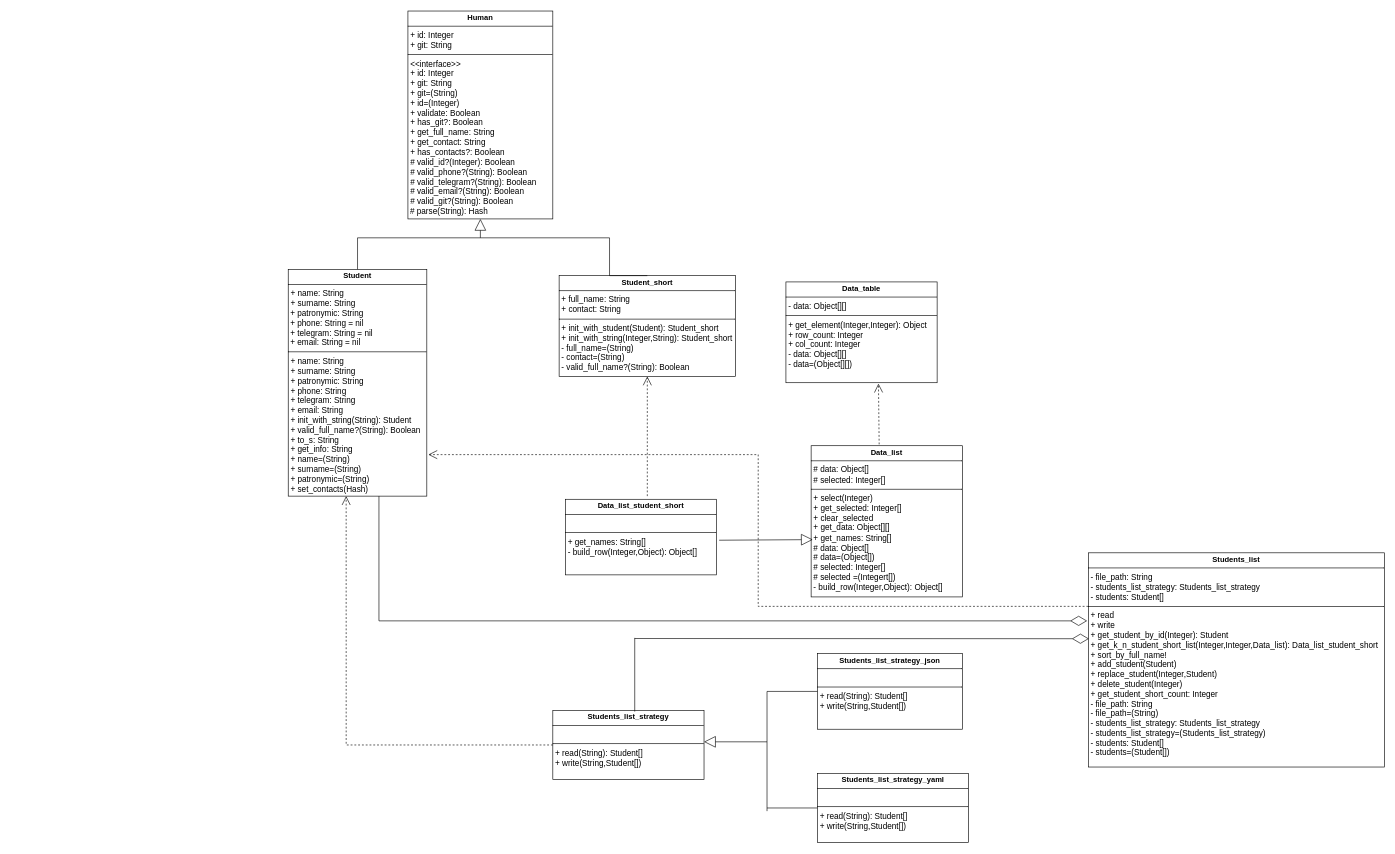
mighty-mlrisen/design-patterns keeps this draw.io diagram as Students/media/diagrams/class_diagram.drawio. Above is the earlier version. Source tidied: cells renumbered, new cells numbered last; positions are measured from the earlier drawing's top-left corner, leaving out a move shared by most shapes. Both pictures are drawn from the tidied source at 63%, with x=0, y=0 at pixel (288, 11).
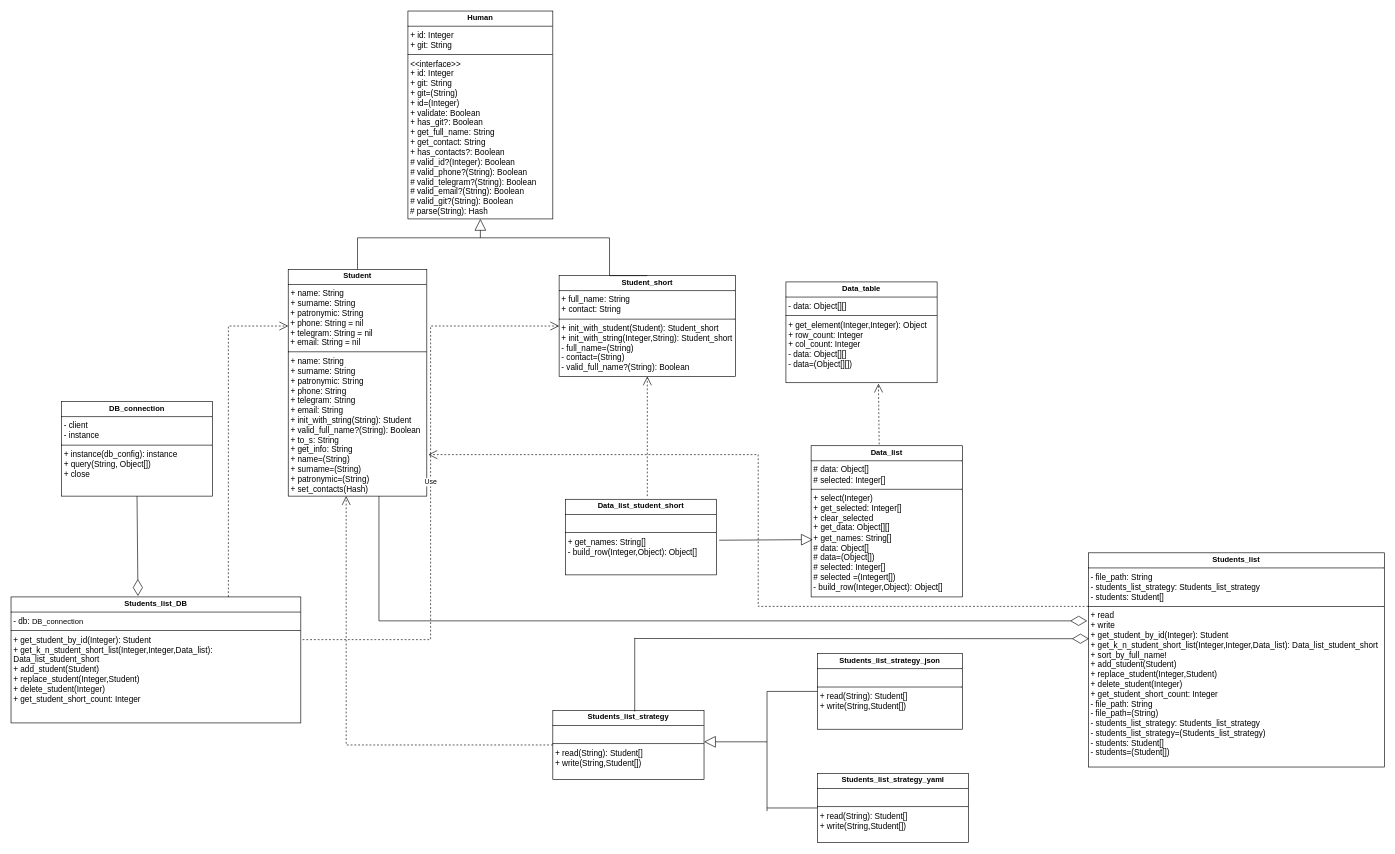
The same diagram, later.

The change refers to these unchanged cells:
```xml
<mxCell id="2" value="&lt;p style=&quot;margin:0px;margin-top:4px;text-align:center;&quot;&gt;&lt;b&gt;Student&lt;/b&gt;&lt;/p&gt;&lt;hr size=&quot;1&quot; style=&quot;border-style:solid;&quot;&gt;&lt;p style=&quot;margin: 0px 0px 0px 4px; font-size: 13px;&quot;&gt;&lt;font style=&quot;font-size: 13px;&quot;&gt;+ name: String&lt;/font&gt;&lt;/p&gt;&lt;p style=&quot;margin: 0px 0px 0px 4px; font-size: 13px;&quot;&gt;&lt;font style=&quot;font-size: 13px;&quot;&gt;+ surname: String&lt;br&gt;&lt;/font&gt;&lt;/p&gt;&lt;div style=&quot;font-size: 13px;&quot;&gt;&lt;font style=&quot;font-size: 13px;&quot;&gt;&amp;nbsp;&lt;span style=&quot;background-color: initial;&quot;&gt;+&amp;nbsp;&lt;/span&gt;&lt;span style=&quot;background-color: initial;&quot;&gt;patronymic&lt;/span&gt;&lt;span style=&quot;background-color: initial;&quot;&gt;: String&lt;/span&gt;&lt;/font&gt;&lt;/div&gt;&lt;div style=&quot;font-size: 13px;&quot;&gt;&lt;font style=&quot;font-size: 13px;&quot;&gt;&lt;span style=&quot;background-color: initial;&quot;&gt;&amp;nbsp;&lt;/span&gt;&lt;span style=&quot;background-color: initial;&quot;&gt;+&amp;nbsp;&lt;/span&gt;&lt;span style=&quot;background-color: initial;&quot;&gt;phone&lt;/span&gt;&lt;span style=&quot;background-color: initial;&quot;&gt;: String = nil&lt;/span&gt;&lt;/font&gt;&lt;/div&gt;&lt;div style=&quot;font-size: 13px;&quot;&gt;&lt;font style=&quot;font-size: 13px;&quot;&gt;&lt;span style=&quot;background-color: initial;&quot;&gt;&amp;nbsp;&lt;/span&gt;&lt;span style=&quot;background-color: initial;&quot;&gt;+&amp;nbsp;&lt;/span&gt;&lt;span style=&quot;background-color: initial;&quot;&gt;telegram&lt;/span&gt;&lt;span style=&quot;background-color: initial;&quot;&gt;: String = nil&lt;/span&gt;&lt;/font&gt;&lt;/div&gt;&lt;div style=&quot;font-size: 13px;&quot;&gt;&lt;font style=&quot;font-size: 13px;&quot;&gt;&lt;span style=&quot;background-color: initial;&quot;&gt;&amp;nbsp;&lt;/span&gt;&lt;span style=&quot;background-color: initial;&quot;&gt;+&amp;nbsp;&lt;/span&gt;&lt;span style=&quot;background-color: initial;&quot;&gt;email&lt;/span&gt;&lt;span style=&quot;background-color: initial;&quot;&gt;: String = nil&lt;/span&gt;&lt;/font&gt;&lt;/div&gt;&lt;hr size=&quot;1&quot; style=&quot;border-style: solid; font-size: 13px;&quot;&gt;&lt;p style=&quot;margin: 0px 0px 0px 4px; font-size: 13px;&quot;&gt;&lt;font style=&quot;font-size: 13px;&quot;&gt;+ name&lt;/font&gt;&lt;span style=&quot;background-color: initial;&quot;&gt;: String&lt;/span&gt;&lt;/p&gt;&lt;p style=&quot;margin: 0px 0px 0px 4px; font-size: 13px;&quot;&gt;&lt;font style=&quot;font-size: 13px;&quot;&gt;+ surname: String&lt;br&gt;&lt;/font&gt;&lt;/p&gt;&lt;p style=&quot;margin: 0px 0px 0px 4px; font-size: 13px;&quot;&gt;&lt;font style=&quot;font-size: 13px;&quot;&gt;+ patronymic: String&lt;br&gt;&lt;/font&gt;&lt;/p&gt;&lt;p style=&quot;margin: 0px 0px 0px 4px; font-size: 13px;&quot;&gt;&lt;font style=&quot;font-size: 13px;&quot;&gt;+ phone: String&lt;br&gt;&lt;/font&gt;&lt;/p&gt;&lt;p style=&quot;margin: 0px 0px 0px 4px; font-size: 13px;&quot;&gt;&lt;font style=&quot;font-size: 13px;&quot;&gt;+ telegram: String&lt;br&gt;&lt;/font&gt;&lt;/p&gt;&lt;p style=&quot;margin: 0px 0px 0px 4px; font-size: 13px;&quot;&gt;&lt;font style=&quot;font-size: 13px;&quot;&gt;+ email: String&lt;br&gt;&lt;/font&gt;&lt;/p&gt;&lt;p style=&quot;margin: 0px 0px 0px 4px; font-size: 13px;&quot;&gt;&lt;font style=&quot;font-size: 13px;&quot;&gt;+ init_with_string(&lt;/font&gt;&lt;span style=&quot;background-color: initial;&quot;&gt;String&lt;/span&gt;&lt;span style=&quot;background-color: initial;&quot;&gt;): Student&lt;/span&gt;&lt;/p&gt;&lt;p style=&quot;margin: 0px 0px 0px 4px; font-size: 13px;&quot;&gt;&lt;font style=&quot;font-size: 13px;&quot;&gt;+ valid_full_name?(&lt;/font&gt;&lt;span style=&quot;background-color: initial;&quot;&gt;String&lt;/span&gt;&lt;span style=&quot;background-color: initial;&quot;&gt;): Boolean&lt;/span&gt;&lt;/p&gt;&lt;p style=&quot;margin: 0px 0px 0px 4px; font-size: 13px;&quot;&gt;&lt;font style=&quot;font-size: 13px;&quot;&gt;+ to_s: String&lt;br&gt;&lt;/font&gt;&lt;/p&gt;&lt;p style=&quot;margin: 0px 0px 0px 4px; font-size: 13px;&quot;&gt;&lt;font style=&quot;font-size: 13px;&quot;&gt;+ get_info: String&lt;/font&gt;&lt;/p&gt;&lt;p style=&quot;margin: 0px 0px 0px 4px; font-size: 13px;&quot;&gt;&lt;font style=&quot;font-size: 13px;&quot;&gt;+&amp;nbsp;name&lt;span style=&quot;background-color: initial;&quot;&gt;=(&lt;/span&gt;&lt;/font&gt;&lt;span style=&quot;background-color: initial;&quot;&gt;String&lt;/span&gt;&lt;span style=&quot;background-color: initial;&quot;&gt;)&lt;/span&gt;&lt;/p&gt;&lt;p style=&quot;margin: 0px 0px 0px 4px; font-size: 13px;&quot;&gt;&lt;font style=&quot;font-size: 13px;&quot;&gt;+ surname&lt;span style=&quot;background-color: initial;&quot;&gt;=(&lt;/span&gt;&lt;/font&gt;&lt;span style=&quot;background-color: initial;&quot;&gt;String&lt;/span&gt;&lt;span style=&quot;background-color: initial;&quot;&gt;)&lt;/span&gt;&lt;/p&gt;&lt;p style=&quot;margin: 0px 0px 0px 4px; font-size: 13px;&quot;&gt;&lt;font style=&quot;font-size: 13px;&quot;&gt;+ patronymic=(&lt;/font&gt;&lt;span style=&quot;background-color: initial;&quot;&gt;String&lt;/span&gt;&lt;span style=&quot;background-color: initial;&quot;&gt;)&lt;/span&gt;&lt;/p&gt;&lt;p style=&quot;margin: 0px 0px 0px 4px; font-size: 13px;&quot;&gt;&lt;span style=&quot;background-color: initial;&quot;&gt;+&amp;nbsp;set_contacts(Hash)&lt;/span&gt;&lt;/p&gt;&lt;p style=&quot;margin: 0px 0px 0px 4px; font-size: 13px;&quot;&gt;&lt;br&gt;&lt;/p&gt;&lt;p style=&quot;margin: 0px 0px 0px 4px; font-size: 13px;&quot;&gt;&lt;br&gt;&lt;/p&gt;" style="verticalAlign=top;align=left;overflow=fill;html=1;whiteSpace=wrap;" parent="1" vertex="1">
  <mxGeometry y="410" width="220" height="360" as="geometry" />
</mxCell>
<mxCell id="3" value="&lt;p style=&quot;margin:0px;margin-top:4px;text-align:center;&quot;&gt;&lt;b&gt;Student_short&lt;/b&gt;&lt;/p&gt;&lt;hr size=&quot;1&quot; style=&quot;border-style:solid;&quot;&gt;&lt;p style=&quot;margin: 0px 0px 0px 4px; font-size: 13px;&quot;&gt;&lt;font style=&quot;font-size: 13px;&quot;&gt;+ full_name: String&lt;/font&gt;&lt;/p&gt;&lt;p style=&quot;margin: 0px 0px 0px 4px; font-size: 13px;&quot;&gt;&lt;font style=&quot;font-size: 13px;&quot;&gt;+ contact: String&lt;br&gt;&lt;/font&gt;&lt;/p&gt;&lt;hr size=&quot;1&quot; style=&quot;border-style: solid; font-size: 13px;&quot;&gt;&lt;p style=&quot;margin: 0px 0px 0px 4px; font-size: 13px;&quot;&gt;&lt;span style=&quot;background-color: initial;&quot;&gt;+ init_with_student(Student): Student_short&lt;/span&gt;&lt;br&gt;&lt;/p&gt;&lt;p style=&quot;margin: 0px 0px 0px 4px; font-size: 13px;&quot;&gt;&lt;font style=&quot;font-size: 13px;&quot;&gt;+ init_with_string(Integer,String): Student_short&lt;/font&gt;&lt;/p&gt;&lt;p style=&quot;margin: 0px 0px 0px 4px; font-size: 13px;&quot;&gt;&lt;span style=&quot;background-color: initial;&quot;&gt;-&amp;nbsp;full_name=(String)&lt;/span&gt;&lt;br&gt;&lt;/p&gt;&lt;p style=&quot;margin: 0px 0px 0px 4px; font-size: 13px;&quot;&gt;&lt;font style=&quot;font-size: 13px;&quot;&gt;-&amp;nbsp;contact=(String)&lt;br&gt;&lt;/font&gt;&lt;/p&gt;&lt;p style=&quot;margin: 0px 0px 0px 4px; font-size: 13px;&quot;&gt;&lt;font style=&quot;font-size: 13px;&quot;&gt;- valid_full_name?(String): Boolean&lt;/font&gt;&lt;br&gt;&lt;/p&gt;" style="verticalAlign=top;align=left;overflow=fill;html=1;whiteSpace=wrap;" parent="1" vertex="1">
  <mxGeometry x="430" y="420" width="280" height="160" as="geometry" />
</mxCell>
```

Diff of the diagram source:
```diff
@@
+    <mxCell id="26" value="&lt;p style=&quot;margin:0px;margin-top:4px;text-align:center;&quot;&gt;&lt;b&gt;Students_list_DB&lt;/b&gt;&lt;/p&gt;&lt;hr size=&quot;1&quot; style=&quot;border-style:solid;&quot;&gt;&lt;p style=&quot;margin: 0px 0px 0px 4px; font-size: 13px;&quot;&gt;&lt;font style=&quot;font-size: 13px;&quot;&gt;- db:&amp;nbsp;&lt;/font&gt;&lt;span style=&quot;background-color: initial; font-size: 12px; text-align: center;&quot;&gt;DB_connection&lt;/span&gt;&lt;/p&gt;&lt;hr size=&quot;1&quot; style=&quot;border-style: solid; font-size: 13px;&quot;&gt;&lt;p style=&quot;margin: 0px 0px 0px 4px; font-size: 13px;&quot;&gt;&lt;span style=&quot;background-color: initial;&quot;&gt;+&amp;nbsp;get_student_by_id(Integer): Student&lt;/span&gt;&lt;/p&gt;&lt;p style=&quot;margin: 0px 0px 0px 4px;&quot;&gt;&lt;span style=&quot;font-size: 13px; background-color: initial;&quot;&gt;+&amp;nbsp;&lt;/span&gt;&lt;span style=&quot;background-color: initial; font-size: 13px;&quot;&gt;get_k_n_student_short_list(&lt;/span&gt;&lt;span style=&quot;font-size: 13px; background-color: initial;&quot;&gt;Integer,&lt;/span&gt;&lt;span style=&quot;font-size: 13px; background-color: initial;&quot;&gt;Integer,Data_list)&lt;/span&gt;&lt;span style=&quot;background-color: initial; font-size: 13px;&quot;&gt;: Data_list_student_short&lt;/span&gt;&lt;/p&gt;&lt;p style=&quot;margin: 0px 0px 0px 4px; font-size: 13px;&quot;&gt;+&amp;nbsp;add_student(Student)&lt;/p&gt;&lt;p style=&quot;margin: 0px 0px 0px 4px; font-size: 13px;&quot;&gt;+&amp;nbsp;replace_student(Integer,Student)&lt;/p&gt;&lt;p style=&quot;margin: 0px 0px 0px 4px; font-size: 13px;&quot;&gt;+&amp;nbsp;delete_student(Integer)&lt;/p&gt;&lt;p style=&quot;margin: 0px 0px 0px 4px; font-size: 13px;&quot;&gt;+&amp;nbsp;get_student_short_count: Integer&lt;/p&gt;&lt;p style=&quot;margin: 0px 0px 0px 4px; font-size: 13px;&quot;&gt;&lt;br&gt;&lt;/p&gt;" style="verticalAlign=top;align=left;overflow=fill;html=1;whiteSpace=wrap;" parent="1" vertex="1">
+      <mxGeometry x="-440" y="930" width="460" height="200" as="geometry" />
+    </mxCell>
+    <mxCell id="27" value="&lt;p style=&quot;margin:0px;margin-top:4px;text-align:center;&quot;&gt;&lt;b&gt;DB_connection&lt;/b&gt;&lt;/p&gt;&lt;hr size=&quot;1&quot; style=&quot;border-style:solid;&quot;&gt;&lt;p style=&quot;margin: 0px 0px 0px 4px; font-size: 13px;&quot;&gt;&lt;font style=&quot;font-size: 13px;&quot;&gt;- client&lt;/font&gt;&lt;/p&gt;&lt;p style=&quot;margin: 0px 0px 0px 4px; font-size: 13px;&quot;&gt;&lt;font style=&quot;font-size: 13px;&quot;&gt;-&amp;nbsp;instance&lt;/font&gt;&lt;/p&gt;&lt;hr size=&quot;1&quot; style=&quot;border-style: solid; font-size: 13px;&quot;&gt;&lt;p style=&quot;margin: 0px 0px 0px 4px;&quot;&gt;&lt;span style=&quot;font-size: 13px; background-color: initial;&quot;&gt;+&amp;nbsp;&lt;/span&gt;&lt;span style=&quot;background-color: initial; font-size: 13px;&quot;&gt;instance&lt;/span&gt;&lt;span style=&quot;font-size: 13px; background-color: initial;&quot;&gt;(db_config&lt;/span&gt;&lt;span style=&quot;font-size: 13px; background-color: initial;&quot;&gt;): instance&lt;/span&gt;&lt;/p&gt;&lt;p style=&quot;margin: 0px 0px 0px 4px; font-size: 13px;&quot;&gt;+&amp;nbsp;query(String, Object[])&lt;/p&gt;&lt;p style=&quot;margin: 0px 0px 0px 4px; font-size: 13px;&quot;&gt;+ close&lt;/p&gt;" style="verticalAlign=top;align=left;overflow=fill;html=1;whiteSpace=wrap;" parent="1" vertex="1">
+      <mxGeometry x="-360" y="620" width="240" height="150" as="geometry" />
+    </mxCell>
+    <mxCell id="28" style="endArrow=open;endSize=12;dashed=1;html=1;rounded=0;exitX=0.75;exitY=0;exitDx=0;exitDy=0;entryX=0;entryY=0.25;entryDx=0;entryDy=0;edgeStyle=orthogonalEdgeStyle;" parent="1" edge="1" source="26" target="2">
+      <mxGeometry relative="1" as="geometry" />
+    </mxCell>
+    <mxCell id="29" value="Use" style="endArrow=open;endSize=12;dashed=1;html=1;rounded=0;exitX=1.006;exitY=0.339;exitDx=0;exitDy=0;exitPerimeter=0;entryX=0;entryY=0.5;entryDx=0;entryDy=0;edgeStyle=elbowEdgeStyle;" parent="1" edge="1" source="26" target="3">
+      <mxGeometry relative="1" as="geometry" />
+    </mxCell>
+    <mxCell id="30" style="endArrow=diamondThin;endFill=0;endSize=24;html=1;rounded=0;exitX=0.5;exitY=1;exitDx=0;exitDy=0;entryX=0.438;entryY=-0.007;entryDx=0;entryDy=0;entryPerimeter=0;" parent="1" edge="1" source="27" target="26">
+      <mxGeometry relative="1" as="geometry" />
+    </mxCell>
```
